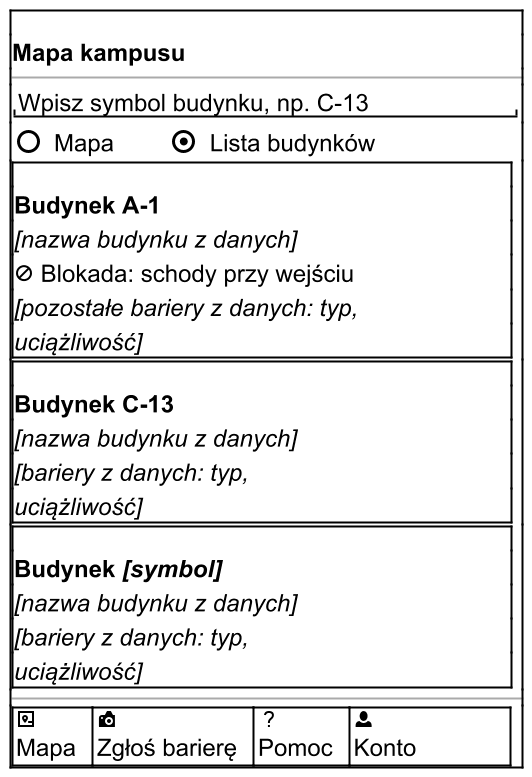
Before: docs/docs/_generated/m-v1-mapa-lista.png, a diagram exported from PlantUML (dostepny-kampus/dostepny-kampus).
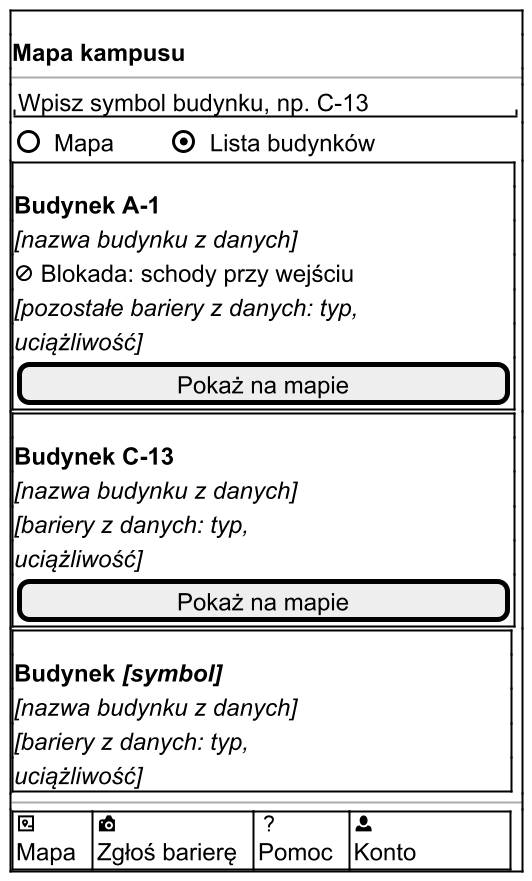
Above is the later version.

Change to the diagram source:
```diff
@@ -11,11 +11,13 @@
 <i>[nazwa budynku z danych]</i>
 $blokada(): schody przy wejściu
 $tekst("[pozostałe bariery z danych: typ, uciążliwość]", "i")
+$przycisk("Pokaż na mapie")
 }
 $ramka()
 <b>Budynek C-13</b>
 <i>[nazwa budynku z danych]</i>
 $tekst("[bariery z danych: typ, uciążliwość]", "i")
+$przycisk("Pokaż na mapie")
 }
 $ramka()
 <b>Budynek <i>[symbol]</i></b>
```
